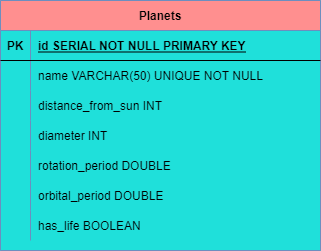
Above: DB/Planets ER Diagram.png in tsgsOFFICIAL/Kilgharrah (draw.io), before the change. Source tidied: cells renumbered, new cells last; positions are measured from the earlier drawing's top-left corner, leaving out a move shared by most shapes.
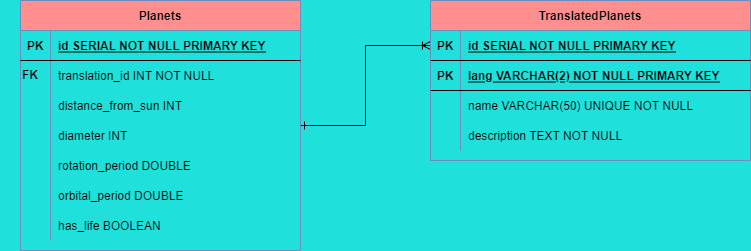
Later version of the same file.

Change to the diagram source:
```diff
@@ -2,71 +2,116 @@
   <root>
     <mxCell id="0" />
     <mxCell id="1" parent="0" />
+    <mxCell id="24" style="edgeStyle=orthogonalEdgeStyle;rounded=0;jettySize=auto;html=1;entryX=0;entryY=0.5;entryDx=0;entryDy=0;endArrow=ERoneToMany;endFill=0;startArrow=ERone;startFill=0;" parent="1" edge="1" source="2" target="29">
+      <mxGeometry relative="1" as="geometry" />
+    </mxCell>
     <mxCell id="2" value="Planets" style="shape=table;startSize=30;rowLines=0;fontStyle=1;align=center;fillColor=#FF8F8F;strokeColor=#6c8ebf;" parent="1" vertex="1">
-      <mxGeometry width="320" height="250" as="geometry" />
+      <mxGeometry width="280" height="250" as="geometry" />
     </mxCell>
     <mxCell id="3" style="shape=partialRectangle;fillColor=none;top=0;left=0;right=0;bottom=1;" parent="2" vertex="1">
-      <mxGeometry y="30" width="320" height="30" as="geometry" />
+      <mxGeometry y="30" width="280" height="30" as="geometry" />
     </mxCell>
     <mxCell id="4" value="PK" style="shape=partialRectangle;overflow=hidden;fillColor=none;top=0;left=0;bottom=0;right=0;fontStyle=1;" parent="3" vertex="1">
       <mxGeometry width="30" height="30" as="geometry" />
     </mxCell>
     <mxCell id="5" value="id SERIAL NOT NULL PRIMARY KEY" style="shape=partialRectangle;overflow=hidden;fillColor=none;top=0;left=0;bottom=0;right=0;align=left;spacingLeft=6;fontStyle=5;" parent="3" vertex="1">
-      <mxGeometry x="30" width="290" height="30" as="geometry" />
+      <mxGeometry x="30" width="250" height="30" as="geometry" />
     </mxCell>
-    <mxCell id="6" style="shape=partialRectangle;fillColor=none;top=0;left=0;right=0;bottom=0;" parent="2" vertex="1">
-      <mxGeometry y="60" width="320" height="30" as="geometry" />
-    </mxCell>
-    <mxCell id="7" style="shape=partialRectangle;overflow=hidden;fillColor=none;top=0;left=0;bottom=0;right=0;" parent="6" vertex="1">
-      <mxGeometry width="30" height="30" as="geometry" />
-    </mxCell>
-    <mxCell id="8" value="name VARCHAR(50) UNIQUE NOT NULL" style="shape=partialRectangle;overflow=hidden;fillColor=none;top=0;left=0;bottom=0;right=0;align=left;spacingLeft=6;" parent="6" vertex="1">
-      <mxGeometry x="30" width="290" height="30" as="geometry" />
-    </mxCell>
+    <mxCell id="25" style="shape=partialRectangle;fillColor=none;top=0;left=0;right=0;bottom=0;" parent="2" vertex="1">
+      <mxGeometry y="60" width="280" height="30" as="geometry" />
+    </mxCell>
+    <mxCell id="26" style="shape=partialRectangle;overflow=hidden;fillColor=none;top=0;left=0;bottom=0;right=0;" parent="25" vertex="1">
+      <mxGeometry width="30" height="30" as="geometry" />
+    </mxCell>
+    <mxCell id="27" value="translation_id INT NOT NULL" style="shape=partialRectangle;overflow=hidden;fillColor=none;top=0;left=0;bottom=0;right=0;align=left;spacingLeft=6;" parent="25" vertex="1">
+      <mxGeometry x="30" width="250" height="30" as="geometry" />
+    </mxCell>
     <mxCell id="9" style="shape=partialRectangle;fillColor=none;top=0;left=0;right=0;bottom=0;" parent="2" vertex="1">
-      <mxGeometry y="90" width="320" height="30" as="geometry" />
+      <mxGeometry y="90" width="280" height="30" as="geometry" />
     </mxCell>
     <mxCell id="10" style="shape=partialRectangle;overflow=hidden;fillColor=none;top=0;left=0;bottom=0;right=0;" parent="9" vertex="1">
       <mxGeometry width="30" height="30" as="geometry" />
     </mxCell>
     <mxCell id="11" value="distance_from_sun INT" style="shape=partialRectangle;overflow=hidden;fillColor=none;top=0;left=0;bottom=0;right=0;align=left;spacingLeft=6;" parent="9" vertex="1">
-      <mxGeometry x="30" width="290" height="30" as="geometry" />
+      <mxGeometry x="30" width="250" height="30" as="geometry" />
     </mxCell>
     <mxCell id="12" style="shape=partialRectangle;fillColor=none;top=0;left=0;right=0;bottom=0;" parent="2" vertex="1">
-      <mxGeometry y="120" width="320" height="30" as="geometry" />
+      <mxGeometry y="120" width="280" height="30" as="geometry" />
     </mxCell>
     <mxCell id="13" style="shape=partialRectangle;overflow=hidden;fillColor=none;top=0;left=0;bottom=0;right=0;" parent="12" vertex="1">
       <mxGeometry width="30" height="30" as="geometry" />
     </mxCell>
     <mxCell id="14" value="diameter INT" style="shape=partialRectangle;overflow=hidden;fillColor=none;top=0;left=0;bottom=0;right=0;align=left;spacingLeft=6;" parent="12" vertex="1">
-      <mxGeometry x="30" width="290" height="30" as="geometry" />
+      <mxGeometry x="30" width="250" height="30" as="geometry" />
     </mxCell>
     <mxCell id="15" style="shape=partialRectangle;fillColor=none;top=0;left=0;right=0;bottom=0;" parent="2" vertex="1">
-      <mxGeometry y="150" width="320" height="30" as="geometry" />
+      <mxGeometry y="150" width="280" height="30" as="geometry" />
     </mxCell>
     <mxCell id="16" style="shape=partialRectangle;overflow=hidden;fillColor=none;top=0;left=0;bottom=0;right=0;" parent="15" vertex="1">
       <mxGeometry width="30" height="30" as="geometry" />
     </mxCell>
     <mxCell id="17" value="rotation_period DOUBLE" style="shape=partialRectangle;overflow=hidden;fillColor=none;top=0;left=0;bottom=0;right=0;align=left;spacingLeft=6;" parent="15" vertex="1">
-      <mxGeometry x="30" width="290" height="30" as="geometry" />
+      <mxGeometry x="30" width="250" height="30" as="geometry" />
     </mxCell>
     <mxCell id="18" style="shape=partialRectangle;fillColor=none;top=0;left=0;right=0;bottom=0;" parent="2" vertex="1">
-      <mxGeometry y="180" width="320" height="30" as="geometry" />
+      <mxGeometry y="180" width="280" height="30" as="geometry" />
     </mxCell>
     <mxCell id="19" style="shape=partialRectangle;overflow=hidden;fillColor=none;top=0;left=0;bottom=0;right=0;" parent="18" vertex="1">
       <mxGeometry width="30" height="30" as="geometry" />
     </mxCell>
     <mxCell id="20" value="orbital_period DOUBLE" style="shape=partialRectangle;overflow=hidden;fillColor=none;top=0;left=0;bottom=0;right=0;align=left;spacingLeft=6;" parent="18" vertex="1">
-      <mxGeometry x="30" width="290" height="30" as="geometry" />
+      <mxGeometry x="30" width="250" height="30" as="geometry" />
     </mxCell>
     <mxCell id="21" style="shape=partialRectangle;fillColor=none;top=0;left=0;right=0;bottom=0;" parent="2" vertex="1">
-      <mxGeometry y="210" width="320" height="30" as="geometry" />
+      <mxGeometry y="210" width="280" height="30" as="geometry" />
     </mxCell>
     <mxCell id="22" style="shape=partialRectangle;overflow=hidden;fillColor=none;top=0;left=0;bottom=0;right=0;" parent="21" vertex="1">
       <mxGeometry width="30" height="30" as="geometry" />
     </mxCell>
     <mxCell id="23" value="has_life BOOLEAN" style="shape=partialRectangle;overflow=hidden;fillColor=none;top=0;left=0;bottom=0;right=0;align=left;spacingLeft=6;" parent="21" vertex="1">
-      <mxGeometry x="30" width="290" height="30" as="geometry" />
+      <mxGeometry x="30" width="250" height="30" as="geometry" />
     </mxCell>
+    <mxCell id="28" value="TranslatedPlanets" style="shape=table;startSize=30;rowLines=0;fontStyle=1;align=center;fillColor=#FF8F8F;strokeColor=#6c8ebf;" parent="1" vertex="1">
+      <mxGeometry x="410" width="320" height="160" as="geometry" />
+    </mxCell>
+    <mxCell id="29" style="shape=partialRectangle;fillColor=none;points=[[0,0.5],[1,0.5]];portConstraint=eastwest;top=0;left=0;right=0;bottom=1;" parent="28" vertex="1">
+      <mxGeometry y="30" width="320" height="30" as="geometry" />
+    </mxCell>
+    <mxCell id="30" value="PK" style="shape=partialRectangle;overflow=hidden;fillColor=none;top=0;left=0;bottom=0;right=0;fontStyle=1;" parent="29" vertex="1">
+      <mxGeometry width="30" height="30" as="geometry" />
+    </mxCell>
+    <mxCell id="31" value="id SERIAL NOT NULL PRIMARY KEY" style="shape=partialRectangle;overflow=hidden;fillColor=none;top=0;left=0;bottom=0;right=0;align=left;spacingLeft=6;fontStyle=5;" parent="29" vertex="1">
+      <mxGeometry x="30" width="290" height="30" as="geometry" />
+    </mxCell>
+    <mxCell id="32" style="shape=partialRectangle;fillColor=none;top=0;left=0;right=0;bottom=1;" parent="28" vertex="1">
+      <mxGeometry y="60" width="320" height="30" as="geometry" />
+    </mxCell>
+    <mxCell id="33" value="PK" style="shape=partialRectangle;overflow=hidden;fillColor=none;top=0;left=0;bottom=0;right=0;fontStyle=1;" parent="32" vertex="1">
+      <mxGeometry width="30" height="30" as="geometry" />
+    </mxCell>
+    <mxCell id="34" value="lang VARCHAR(2) NOT NULL PRIMARY KEY" style="shape=partialRectangle;overflow=hidden;fillColor=none;top=0;left=0;bottom=0;right=0;align=left;spacingLeft=6;fontStyle=5;" parent="32" vertex="1">
+      <mxGeometry x="30" width="290" height="30" as="geometry" />
+    </mxCell>
+    <mxCell id="35" style="shape=partialRectangle;fillColor=none;top=0;left=0;right=0;bottom=0;" parent="28" vertex="1">
+      <mxGeometry y="90" width="320" height="30" as="geometry" />
+    </mxCell>
+    <mxCell id="36" style="shape=partialRectangle;overflow=hidden;fillColor=none;top=0;left=0;bottom=0;right=0;" parent="35" vertex="1">
+      <mxGeometry width="30" height="30" as="geometry" />
+    </mxCell>
+    <mxCell id="8" value="name VARCHAR(50) UNIQUE NOT NULL" style="shape=partialRectangle;overflow=hidden;fillColor=none;top=0;left=0;bottom=0;right=0;align=left;spacingLeft=6;" parent="35" vertex="1">
+      <mxGeometry x="30" width="290" height="30" as="geometry" />
+    </mxCell>
+    <mxCell id="37" style="shape=partialRectangle;fillColor=none;top=0;left=0;right=0;bottom=0;" parent="28" vertex="1">
+      <mxGeometry y="120" width="320" height="30" as="geometry" />
+    </mxCell>
+    <mxCell id="38" style="shape=partialRectangle;overflow=hidden;fillColor=none;top=0;left=0;bottom=0;right=0;" parent="37" vertex="1">
+      <mxGeometry width="30" height="30" as="geometry" />
+    </mxCell>
+    <mxCell id="39" value="description TEXT NOT NULL" style="shape=partialRectangle;overflow=hidden;fillColor=none;top=0;left=0;bottom=0;right=0;align=left;spacingLeft=6;" parent="37" vertex="1">
+      <mxGeometry x="30" width="290" height="30" as="geometry" />
+    </mxCell>
+    <mxCell id="40" value="&lt;b&gt;FK&lt;/b&gt;" style="text;html=1;strokeColor=none;fillColor=none;align=center;verticalAlign=middle;whiteSpace=wrap;rounded=0;" parent="1" vertex="1">
+      <mxGeometry x="-20" y="60" width="60" height="30" as="geometry" />
+    </mxCell>
   </root>
 </mxGraphModel>
```
